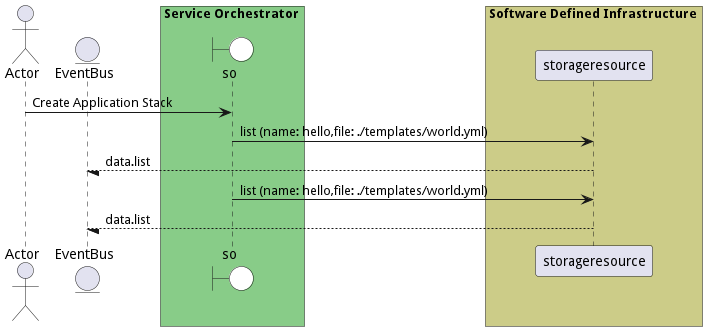
Before: docs/edgemere/sml/so/usecases/managestacks/CreateApplicationStack.png, a diagram exported from PlantUML (madajaju/edgemere). The source it was exported from:
```plantuml
@startuml

actor "Actor"


entity EventBus

box Service Orchestrator #88cc88
    boundary so #white
end box


box Software Defined Infrastructure #cccc88
            participant storageresource
    end box


"Actor" -> so: Create Application Stack

    so -> "storageresource": list (name: hello,file: ./templates/world.yml)

    "storageresource" --/ EventBus: data.list

    so -> "storageresource": list (name: hello,file: ./templates/world.yml)

    "storageresource" --/ EventBus: data.list



@enduml
```
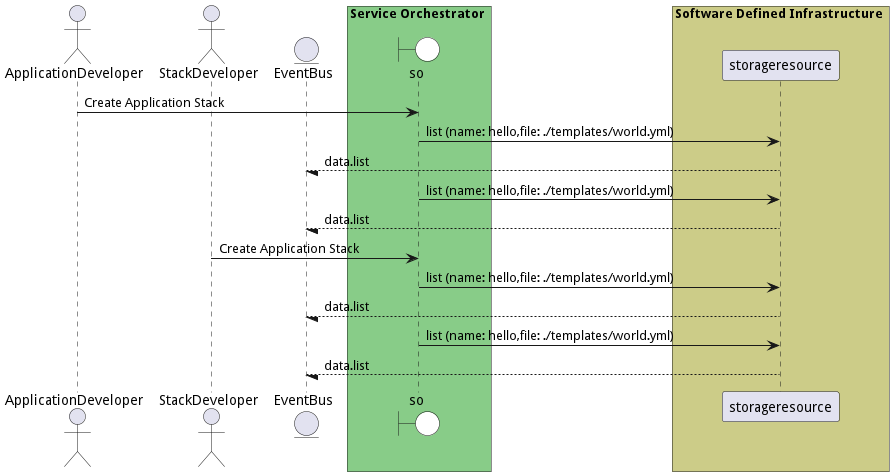
After the commit.

Change to the diagram source:
```diff
@@ -1,6 +1,8 @@
 @startuml
 
-actor "Actor"
+actor "ApplicationDeveloper"
+
+actor "StackDeveloper"
 
 
 entity EventBus
@@ -15,7 +17,18 @@
     end box
 
 
-"Actor" -> so: Create Application Stack
+"ApplicationDeveloper" -> so: Create Application Stack
+
+    so -> "storageresource": list (name: hello,file: ./templates/world.yml)
+
+    "storageresource" --/ EventBus: data.list
+
+    so -> "storageresource": list (name: hello,file: ./templates/world.yml)
+
+    "storageresource" --/ EventBus: data.list
+
+
+"StackDeveloper" -> so: Create Application Stack
 
     so -> "storageresource": list (name: hello,file: ./templates/world.yml)
 
```
